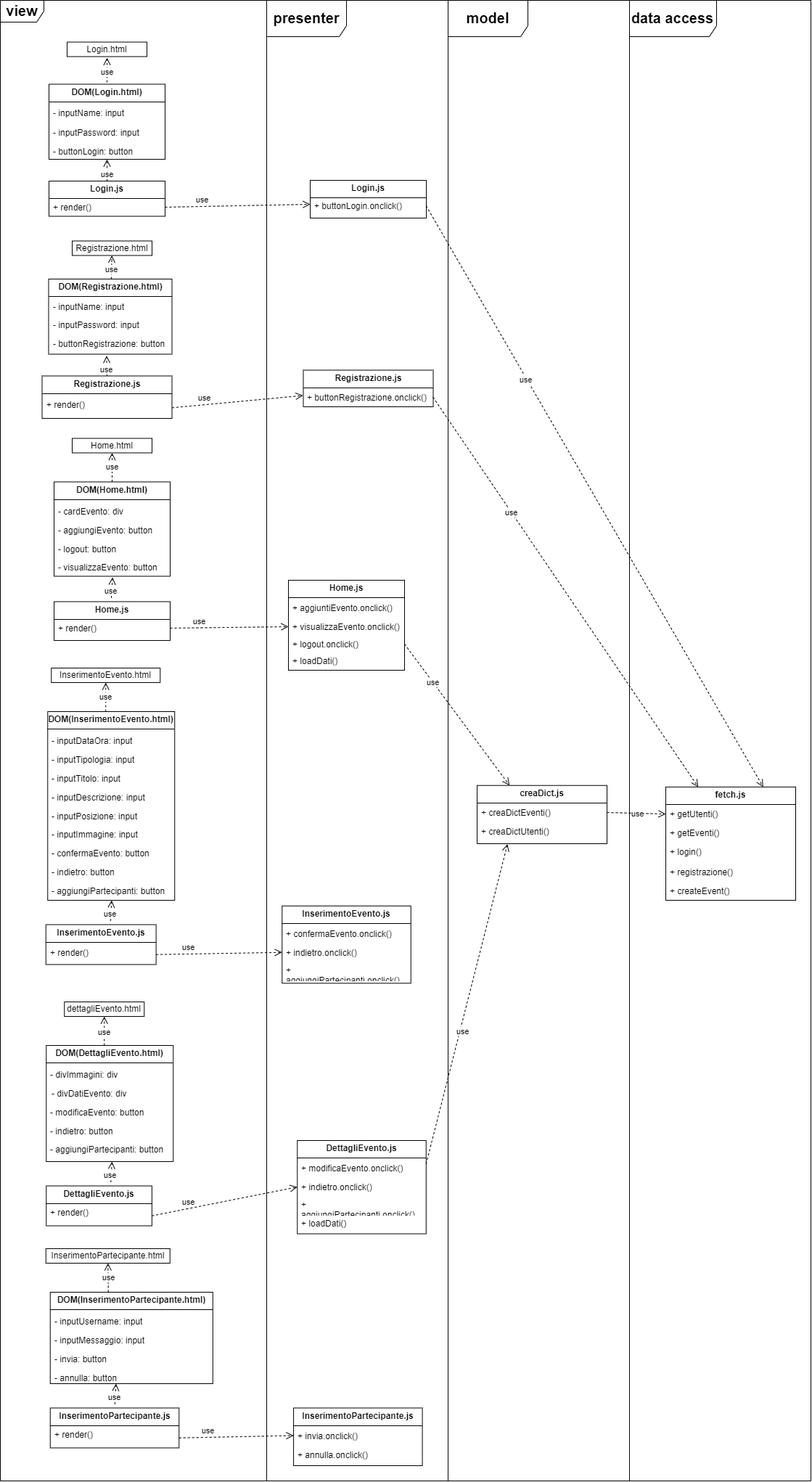
Above: public/assets/immaginiDocumentazione/Oggetti.png in strazzullociroandrea/GestioneEventi (draw.io), before the change. Source tidied: cells renumbered, new cells last; positions are measured from the earlier drawing's top-left corner, leaving out a move shared by most shapes.
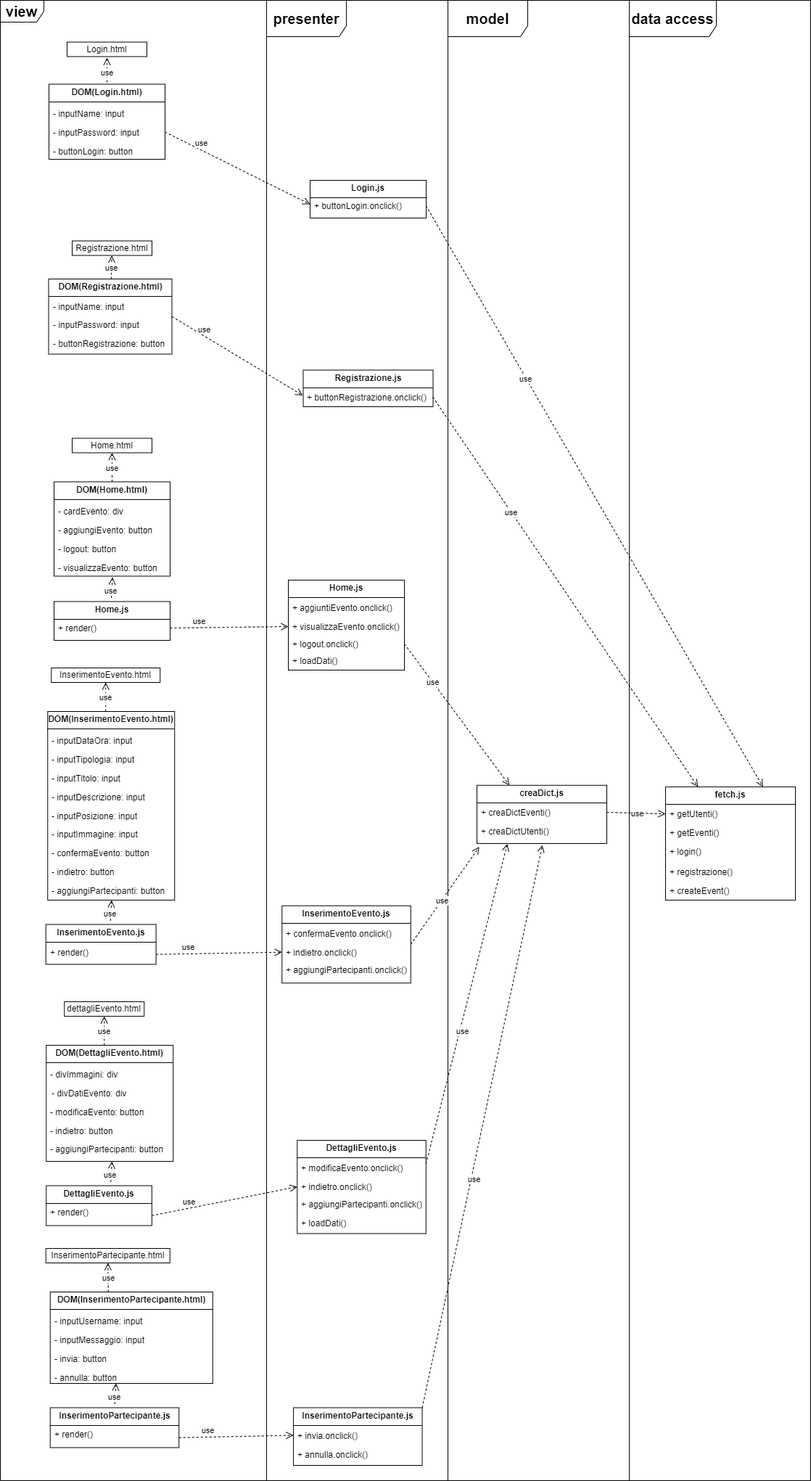
The same diagram one commit later.

Commit message:
Modificato UML a oggetti e aggiunta l'ultima parte dell' UML di sequenza

Diff of the diagram source:
```diff
@@ -14,12 +14,6 @@
     <mxCell id="5" value="- buttonRegistrazione: button" style="text;strokeColor=none;fillColor=none;align=left;verticalAlign=top;spacingLeft=4;spacingRight=4;overflow=hidden;whiteSpace=wrap;html=1;" parent="1" vertex="1">
       <mxGeometry x="66.5" y="460" width="170" height="26" as="geometry" />
     </mxCell>
-    <mxCell id="6" value="&lt;p style=&quot;margin:0px;margin-top:4px;text-align:center;&quot;&gt;&lt;b&gt;Login.js&lt;/b&gt;&lt;/p&gt;&lt;hr size=&quot;1&quot; style=&quot;border-style:solid;&quot;&gt;&lt;p style=&quot;margin:0px;margin-left:4px;&quot;&gt;&lt;br&gt;&lt;/p&gt;" style="verticalAlign=top;align=left;overflow=fill;html=1;whiteSpace=wrap;" parent="1" vertex="1">
-      <mxGeometry x="67" y="249" width="160" height="48.5" as="geometry" />
-    </mxCell>
-    <mxCell id="7" value="+ render()" style="text;strokeColor=none;fillColor=none;align=left;verticalAlign=top;spacingLeft=4;spacingRight=4;overflow=hidden;points=[[0,0.5],[1,0.5]];portConstraint=eastwest;whiteSpace=wrap;html=1;" parent="1" vertex="1">
-      <mxGeometry x="67" y="272" width="160" height="26" as="geometry" />
-    </mxCell>
     <mxCell id="8" value="Login.html" style="html=1;whiteSpace=wrap;" parent="1" vertex="1">
       <mxGeometry x="92" y="57.5" width="110" height="20" as="geometry" />
     </mxCell>
@@ -41,24 +35,12 @@
     <mxCell id="13" value="- buttonLogin: button" style="text;strokeColor=none;fillColor=none;align=left;verticalAlign=top;spacingLeft=4;spacingRight=4;overflow=hidden;whiteSpace=wrap;html=1;" parent="1" vertex="1">
       <mxGeometry x="67" y="194.5" width="160" height="26" as="geometry" />
     </mxCell>
-    <mxCell id="14" value="use" style="html=1;verticalAlign=bottom;endArrow=open;dashed=1;endSize=8;curved=0;rounded=0;" parent="1" edge="1" source="6" target="10">
-      <mxGeometry x="-1" relative="1" as="geometry" />
-    </mxCell>
     <mxCell id="15" value="use" style="html=1;verticalAlign=bottom;endArrow=open;dashed=1;endSize=8;curved=0;rounded=0;" parent="1" edge="1" source="2" target="16">
       <mxGeometry x="-0.68" relative="1" as="geometry" />
     </mxCell>
     <mxCell id="16" value="Registrazione.html" style="html=1;whiteSpace=wrap;" parent="1" vertex="1">
       <mxGeometry x="99" y="331.5" width="110" height="20" as="geometry" />
     </mxCell>
-    <mxCell id="17" value="&lt;p style=&quot;margin:0px;margin-top:4px;text-align:center;&quot;&gt;&lt;b&gt;Registrazione.js&lt;/b&gt;&lt;/p&gt;&lt;hr size=&quot;1&quot; style=&quot;border-style:solid;&quot;&gt;&lt;p style=&quot;margin:0px;margin-left:4px;&quot;&gt;&lt;br&gt;&lt;/p&gt;" style="verticalAlign=top;align=left;overflow=fill;html=1;whiteSpace=wrap;" parent="1" vertex="1">
-      <mxGeometry x="57.5" y="517.5" width="179" height="58.5" as="geometry" />
-    </mxCell>
-    <mxCell id="18" value="+ render()" style="text;strokeColor=none;fillColor=none;align=left;verticalAlign=top;spacingLeft=4;spacingRight=4;overflow=hidden;whiteSpace=wrap;html=1;" parent="1" vertex="1">
-      <mxGeometry x="57.5" y="543.5" width="160" height="26" as="geometry" />
-    </mxCell>
-    <mxCell id="19" value="use" style="html=1;verticalAlign=bottom;endArrow=open;dashed=1;endSize=8;curved=0;rounded=0;exitX=0.5;exitY=0;exitDx=0;exitDy=0;entryX=0.47;entryY=1.021;entryDx=0;entryDy=0;entryPerimeter=0;" parent="1" edge="1" source="17" target="2">
-      <mxGeometry x="-1" y="1" relative="1" as="geometry" />
-    </mxCell>
     <mxCell id="20" value="Home.html" style="html=1;whiteSpace=wrap;" parent="1" vertex="1">
       <mxGeometry x="99" y="603.5" width="110" height="20" as="geometry" />
     </mxCell>
@@ -300,12 +282,12 @@
     <mxCell id="93" value="use" style="html=1;verticalAlign=bottom;endArrow=open;dashed=1;endSize=8;curved=0;rounded=0;entryX=0;entryY=0.5;entryDx=0;entryDy=0;exitX=1;exitY=0.5;exitDx=0;exitDy=0;" parent="1" edge="1" source="29" target="72">
       <mxGeometry x="-0.5" relative="1" as="geometry" />
     </mxCell>
-    <mxCell id="94" value="use" style="html=1;verticalAlign=bottom;endArrow=open;dashed=1;endSize=8;curved=0;rounded=0;exitX=1;exitY=0.75;exitDx=0;exitDy=0;entryX=0;entryY=0.5;entryDx=0;entryDy=0;" parent="1" edge="1" source="17">
+    <mxCell id="94" value="use" style="html=1;verticalAlign=bottom;endArrow=open;dashed=1;endSize=8;curved=0;rounded=0;exitX=1;exitY=0.5;exitDx=0;exitDy=0;entryX=0;entryY=0.5;entryDx=0;entryDy=0;" parent="1" edge="1" source="2">
       <mxGeometry x="-0.5" relative="1" as="geometry">
         <mxPoint x="417" y="544.5" as="targetPoint" />
       </mxGeometry>
     </mxCell>
-    <mxCell id="95" value="use" style="html=1;verticalAlign=bottom;endArrow=open;dashed=1;endSize=8;curved=0;rounded=0;exitX=1;exitY=0.5;exitDx=0;exitDy=0;entryX=0;entryY=0.5;entryDx=0;entryDy=0;" parent="1" edge="1" source="7">
+    <mxCell id="95" value="use" style="html=1;verticalAlign=bottom;endArrow=open;dashed=1;endSize=8;curved=0;rounded=0;exitX=1;exitY=0.5;exitDx=0;exitDy=0;entryX=0;entryY=0.5;entryDx=0;entryDy=0;" parent="1" edge="1" source="12">
       <mxGeometry x="-0.5" relative="1" as="geometry">
         <mxPoint x="427" y="281" as="targetPoint" />
       </mxGeometry>
@@ -361,5 +343,11 @@
         <mxPoint x="-1" as="offset" />
       </mxGeometry>
     </mxCell>
+    <mxCell id="111" value="use" style="html=1;verticalAlign=bottom;endArrow=open;dashed=1;endSize=8;curved=0;rounded=0;exitX=1;exitY=0;exitDx=0;exitDy=0;entryX=0.504;entryY=1.231;entryDx=0;entryDy=0;entryPerimeter=0;" parent="1" edge="1" source="83" target="98">
+      <mxGeometry x="-0.21" y="-6" relative="1" as="geometry" />
+    </mxCell>
+    <mxCell id="112" value="use" style="html=1;verticalAlign=bottom;endArrow=open;dashed=1;endSize=8;curved=0;rounded=0;exitX=1;exitY=0.5;exitDx=0;exitDy=0;entryX=0.018;entryY=1.329;entryDx=0;entryDy=0;entryPerimeter=0;" parent="1" edge="1" source="75" target="98">
+      <mxGeometry x="-0.21" y="-6" relative="1" as="geometry" />
+    </mxCell>
   </root>
 </mxGraphModel>
```
